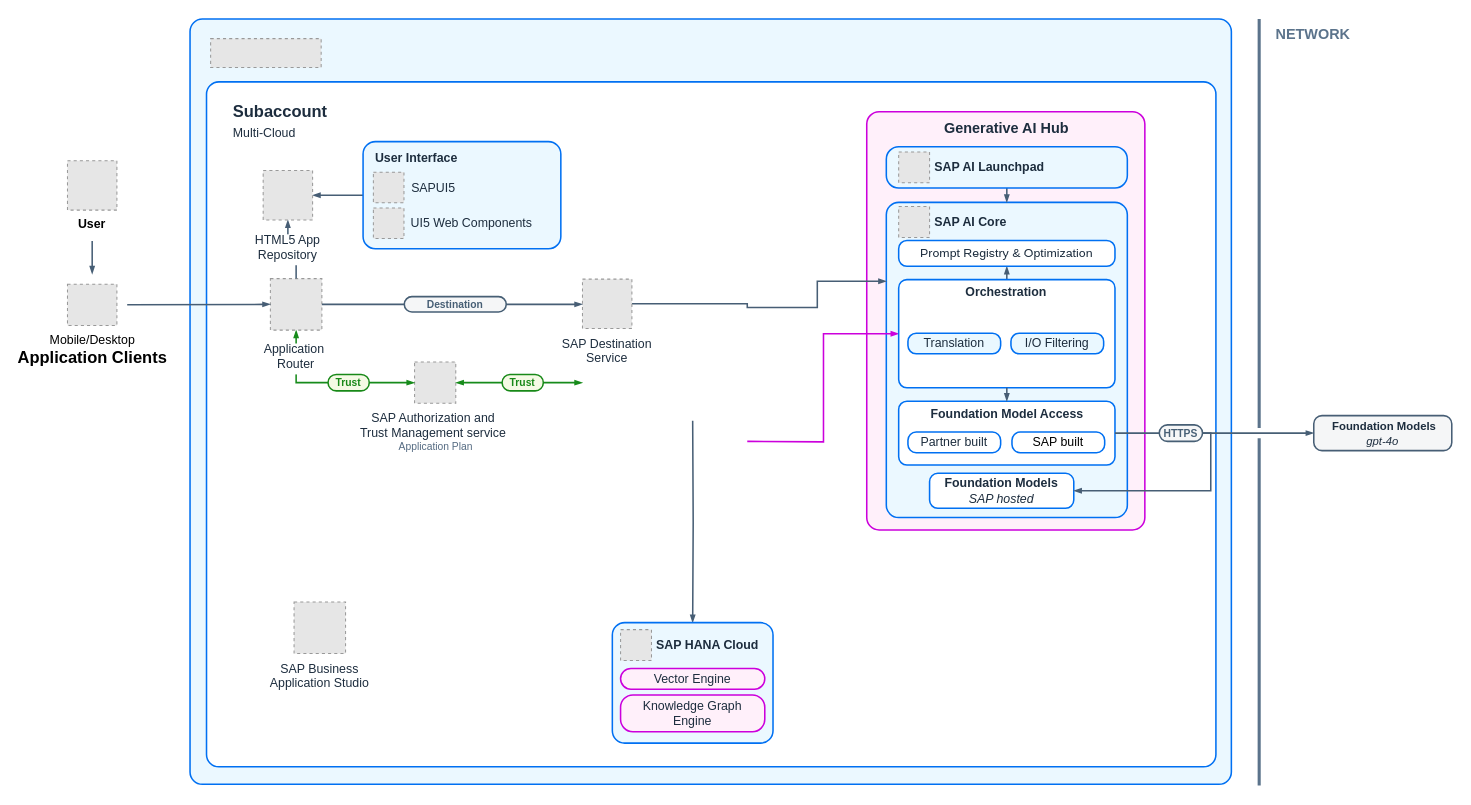
Before: Ragpocrefarchitecture.drawio in Shourya-Gupta01/Document, a draw.io diagram. Source tidied: cells renumbered, new cells numbered last; positions are measured from the earlier drawing's top-left corner, leaving out a move shared by most shapes. Both pictures are drawn from the tidied source at 103%, with x=0, y=0 at pixel (67, 19). Pictures stored in the file or linked from it are replaced by grey dashed boxes.
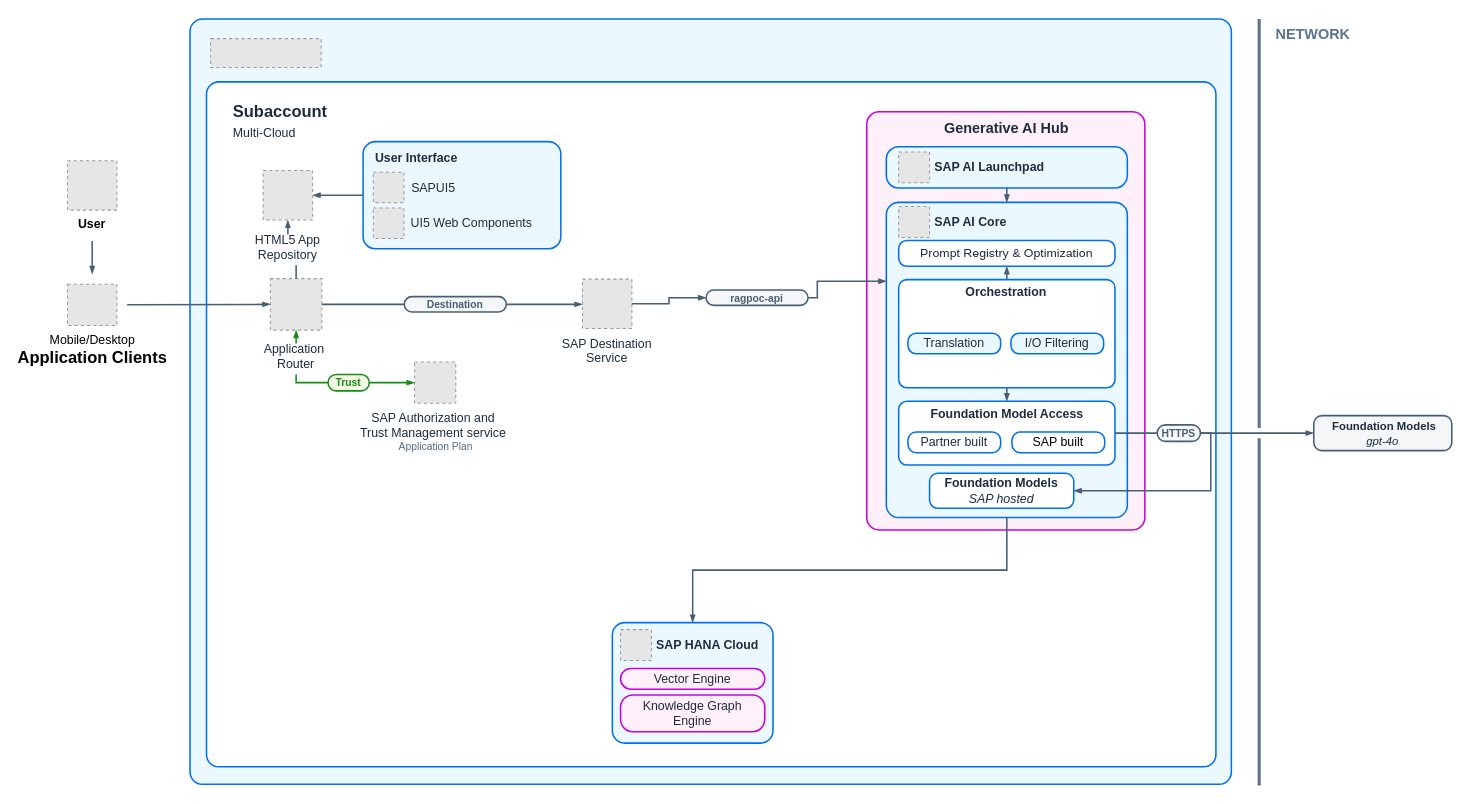
Above is the later version.

Unchanged cells that the change refers to:
```xml
<mxCell id="6" value="SAP Authorization and &#10;Trust Management service " style="fillColor=#E6E6E6;strokeColor=#999999;dashed=1;verticalLabelPosition=bottom;verticalAlign=top;fontColor=#1D2D3E;fontStyle=0;spacingTop=-5;spacingLeft=0;spacing=8;fontFamily=Arial;" parent="1" vertex="1">
  <mxGeometry x="337" y="333" width="40" height="40" as="geometry" />
</mxCell>
<mxCell id="8" style="rounded=1;whiteSpace=wrap;html=1;fillColor=#EBF8FF;align=center;verticalAlign=middle;strokeColor=#0070F2;fontColor=default;strokeWidth=1.5;arcSize=24;fontStyle=1;spacingTop=0;spacingLeft=0;spacing=8;imageWidth=64;imageHeight=64;absoluteArcSize=1;fontFamily=Arial;" parent="1" vertex="1">
  <mxGeometry x="795" y="178" width="234" height="306" as="geometry" />
</mxCell>
<mxCell id="28" value="&lt;p style=&quot;line-height: 120%;&quot;&gt;&lt;br&gt;&lt;/p&gt;" style="rounded=1;whiteSpace=wrap;html=1;fillColor=#ffffff;strokeColor=#0070F2;fontColor=default;strokeWidth=1.5;arcSize=16;fontStyle=0;spacingTop=0;spacingLeft=0;spacing=8;imageWidth=64;imageHeight=64;absoluteArcSize=1;fontFamily=Helvetica;align=center;verticalAlign=middle;fontSize=12;" parent="1" vertex="1">
  <mxGeometry x="807" y="253" width="210" height="105" as="geometry" />
</mxCell>
<mxCell id="34" value="SAP Destination&#10;Service" style="fillColor=#E6E6E6;strokeColor=#999999;dashed=1;verticalLabelPosition=bottom;verticalAlign=top;labelBackgroundColor=default;fontColor=#1D2D3E;fontStyle=0;spacingTop=-5;spacingLeft=0;spacing=8;fontFamily=Arial;align=center;fontSize=12;" parent="1" vertex="1">
  <mxGeometry x="500" y="252.5" width="48" height="48" as="geometry" />
</mxCell>
<mxCell id="45" style="rounded=1;whiteSpace=wrap;html=1;strokeColor=#0070F2;fillColor=#EBF8FF;arcSize=24;absoluteArcSize=1;imageWidth=64;imageHeight=64;strokeWidth=1.5;fontFamily=Arial;align=center;verticalAlign=middle;spacingLeft=0;spacingTop=0;spacing=8;fontSize=12;fontColor=default;fontStyle=1;" parent="44" vertex="1">
  <mxGeometry width="156" height="117" as="geometry" />
</mxCell>
```

The edit, as a diff of the source:
```diff
@@
-    <mxCell id="7" value="SAP Business&#10;Application Studio" style="fillColor=#E6E6E6;strokeColor=#999999;dashed=1;verticalLabelPosition=bottom;verticalAlign=top;fontColor=#1D2D3E;fontStyle=0;spacingTop=-5;spacingLeft=0;spacing=8;align=center;fontFamily=Arial;fontSize=12;" parent="1" vertex="1">
-      <mxGeometry x="220" y="566" width="50" height="50" as="geometry" />
-    </mxCell>
@@
-    <mxCell id="15" style="edgeStyle=orthogonalEdgeStyle;rounded=0;jettySize=auto;html=1;entryX=0;entryY=0.5;entryDx=0;entryDy=0;strokeColor=#cc00dc;strokeWidth=1.5;align=center;verticalAlign=middle;fontFamily=Helvetica;fontSize=11;fontColor=default;labelBackgroundColor=default;startArrow=none;startFill=0;startSize=4;endArrow=blockThin;endFill=1;endSize=4;" parent="1" edge="1" target="28">
-      <mxGeometry relative="1" as="geometry">
-        <mxPoint x="660" y="410" as="sourcePoint" />
-      </mxGeometry>
-    </mxCell>
-    <mxCell id="16" style="edgeStyle=orthogonalEdgeStyle;rounded=0;jettySize=auto;html=1;entryX=0;entryY=0.25;entryDx=0;entryDy=0;strokeColor=#475e75;strokeWidth=1.5;align=center;verticalAlign=middle;fontFamily=Arial;fontSize=12;fontColor=default;labelBackgroundColor=default;startArrow=none;startFill=0;startSize=4;endArrow=blockThin;endFill=1;endSize=4;exitX=1;exitY=0.5;exitDx=0;exitDy=0;" parent="1" edge="1" source="34" target="8">
+    <mxCell id="16" style="edgeStyle=orthogonalEdgeStyle;rounded=0;jettySize=auto;html=1;entryX=0;entryY=0.25;entryDx=0;entryDy=0;strokeColor=#475e75;strokeWidth=1.5;align=center;verticalAlign=middle;fontFamily=Arial;fontSize=12;fontColor=default;labelBackgroundColor=default;startArrow=none;startFill=0;startSize=4;endArrow=blockThin;endFill=1;endSize=4;exitX=1;exitY=0.5;exitDx=0;exitDy=0;" parent="1" edge="1" source="72" target="8">
       <mxGeometry relative="1" as="geometry">
         <Array as="points">
-          <mxPoint x="660" y="277" />
-          <mxPoint x="660" y="280" />
-          <mxPoint x="728" y="280" />
           <mxPoint x="728" y="255" />
         </Array>
       </mxGeometry>
     </mxCell>
@@
-    <mxCell id="37" style="edgeStyle=orthogonalEdgeStyle;rounded=0;jettySize=auto;html=1;entryX=0.5;entryY=0;entryDx=0;entryDy=0;endArrow=blockThin;strokeColor=#475e75;fontColor=default;strokeWidth=1.5;endSize=4;startSize=4;endFill=1;startArrow=none;startFill=0;align=center;verticalAlign=middle;fontFamily=Arial;fontSize=12;labelBackgroundColor=default;" parent="1" edge="1" target="45">
-      <mxGeometry relative="1" as="geometry">
-        <mxPoint x="607" y="390" as="sourcePoint" />
-      </mxGeometry>
+    <mxCell id="37" style="edgeStyle=orthogonalEdgeStyle;rounded=0;jettySize=auto;html=1;entryX=0.5;entryY=0;entryDx=0;entryDy=0;endArrow=blockThin;strokeColor=#475e75;fontColor=default;strokeWidth=1.5;endSize=4;startSize=4;endFill=1;startArrow=none;startFill=0;align=center;verticalAlign=middle;fontFamily=Arial;fontSize=12;labelBackgroundColor=default;exitX=0.5;exitY=1;exitDx=0;exitDy=0;" parent="1" edge="1" source="8" target="45">
+      <mxGeometry relative="1" as="geometry" />
     </mxCell>
@@
-    <mxCell id="54" style="endArrow=none;html=1;rounded=0;strokeColor=#178b1b;strokeWidth=1.5;exitX=1;exitY=0.5;exitDx=0;exitDy=0;endFill=0;endSize=4;startSize=4;startArrow=blockThin;startFill=1;edgeStyle=orthogonalEdgeStyle;fontFamily=Helvetica;entryX=0;entryY=0.5;entryDx=0;entryDy=0;align=center;verticalAlign=middle;fontSize=11;fontColor=default;labelBackgroundColor=default;" parent="1" edge="1" source="6" target="55">
-      <mxGeometry relative="1" as="geometry" />
-    </mxCell>
-    <mxCell id="55" value="&lt;p style=&quot;line-height: 114%;&quot;&gt;&lt;font color=&quot;#188918&quot; size=&quot;1&quot;&gt;&lt;b style=&quot;&quot;&gt;Trust&lt;/b&gt;&lt;/font&gt;&lt;/p&gt;" style="rounded=1;whiteSpace=wrap;html=1;arcSize=50;strokeColor=#188918;fillColor=#f5fae5;fontColor=#266f3a;strokeWidth=1.5;fontFamily=Helvetica;align=center;verticalAlign=middle;fontSize=12;" parent="1" vertex="1">
-      <mxGeometry x="422" y="345" width="40" height="16" as="geometry" />
-    </mxCell>
@@
     <mxCell id="60" value="&lt;p style=&quot;line-height: 114%;&quot;&gt;&lt;font size=&quot;1&quot; color=&quot;#475f75&quot;&gt;&lt;b style=&quot;&quot;&gt;HTTPS&lt;/b&gt;&lt;/font&gt;&lt;/p&gt;" style="rounded=1;whiteSpace=wrap;html=1;arcSize=50;strokeColor=#475f75;fillColor=#f5f6f7;fontColor=#266f3a;strokeWidth=1.5;fontFamily=Arial;" parent="1" vertex="1">
-      <mxGeometry x="1060" y="394" width="42" height="16" as="geometry" />
+      <mxGeometry x="1058" y="394" width="42" height="16" as="geometry" />
     </mxCell>
@@
-    <mxCell id="68" style="endArrow=blockThin;html=1;rounded=0;strokeColor=#178b1b;strokeWidth=1.5;exitX=1;exitY=0.5;exitDx=0;exitDy=0;endFill=1;endSize=4;startSize=4;startArrow=none;startFill=0;edgeStyle=orthogonalEdgeStyle;fontFamily=Helvetica;align=center;verticalAlign=middle;fontSize=11;fontColor=default;labelBackgroundColor=default;" parent="1" edge="1" source="55">
-      <mxGeometry relative="1" as="geometry">
-        <mxPoint x="500" y="353" as="targetPoint" />
-      </mxGeometry>
-    </mxCell>
@@
+    <mxCell id="71" style="edgeStyle=orthogonalEdgeStyle;rounded=0;jettySize=auto;html=1;entryX=0;entryY=0.5;entryDx=0;entryDy=0;strokeColor=#475e75;strokeWidth=1.5;align=center;verticalAlign=middle;fontFamily=Arial;fontSize=12;fontColor=default;labelBackgroundColor=default;startArrow=none;startFill=0;startSize=4;endArrow=blockThin;endFill=1;endSize=4;exitX=1;exitY=0.5;exitDx=0;exitDy=0;" parent="1" edge="1" source="34" target="72">
+      <mxGeometry relative="1" as="geometry">
+        <Array as="points">
+          <mxPoint x="584" y="277" />
+          <mxPoint x="584" y="271" />
+        </Array>
+      </mxGeometry>
+    </mxCell>
+    <mxCell id="72" value="&lt;p style=&quot;line-height: 114%;&quot;&gt;&lt;font color=&quot;#475f75&quot; size=&quot;1&quot;&gt;&lt;b&gt;ragpoc-api&lt;/b&gt;&lt;/font&gt;&lt;/p&gt;" style="rounded=1;whiteSpace=wrap;html=1;arcSize=50;strokeColor=#475f75;fillColor=#f5f6f7;fontColor=#266f3a;strokeWidth=1.5;fontFamily=Arial;" parent="1" vertex="1">
+      <mxGeometry x="620" y="263" width="99" height="15" as="geometry" />
+    </mxCell>
```
